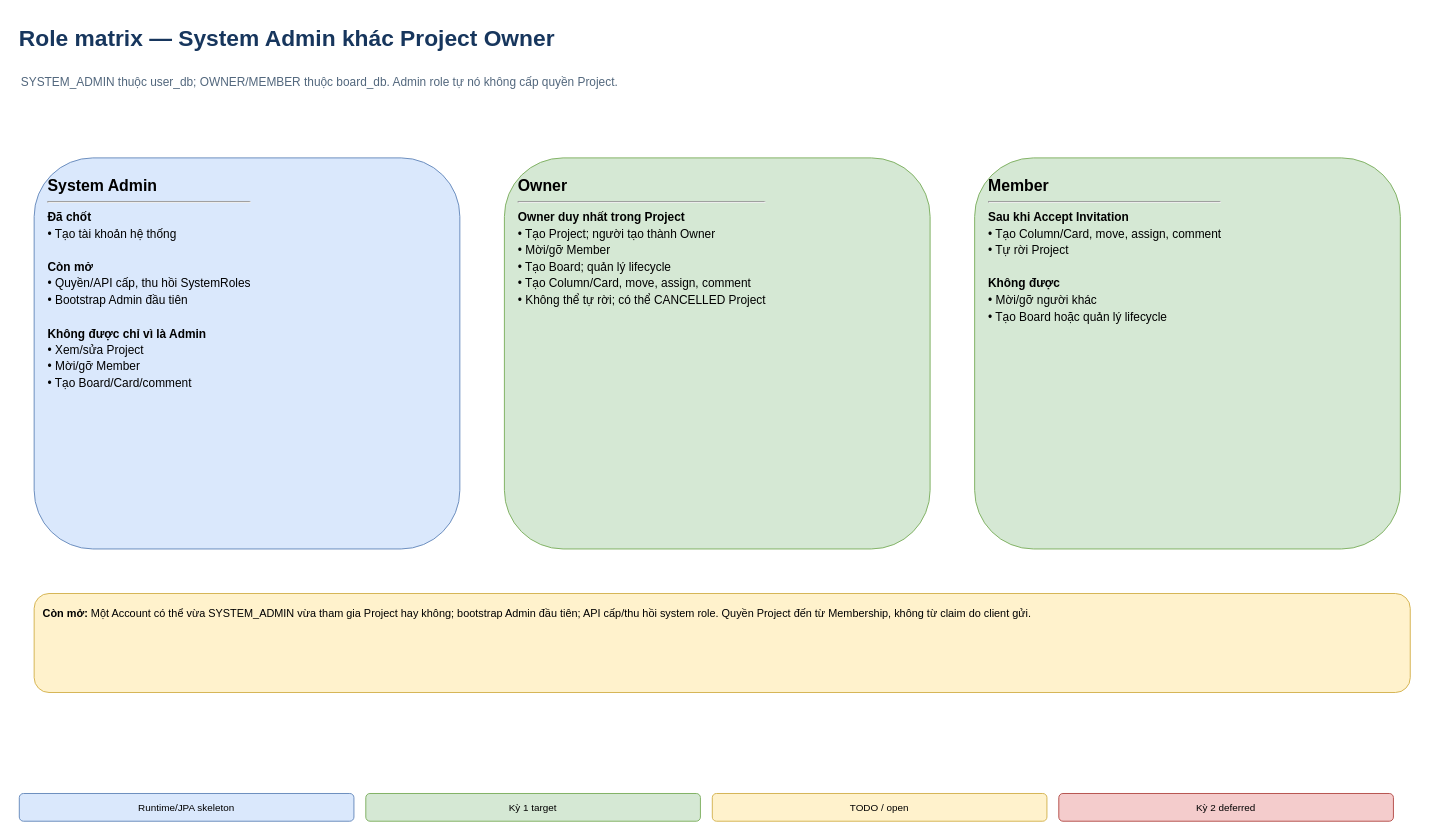
The draw.io diagram page "01 - Role matrix" (2 of 17) of docs/project/dev-platform-system-design.drawio in gekok/Dev-Platform, before the edit. Source tidied: cells renumbered, new cells numbered last; positions are measured from the earlier drawing's top-left corner, leaving out a move shared by most shapes. Both pictures are drawn from the tidied source at 99%, with x=0, y=0 at pixel (17, 17).
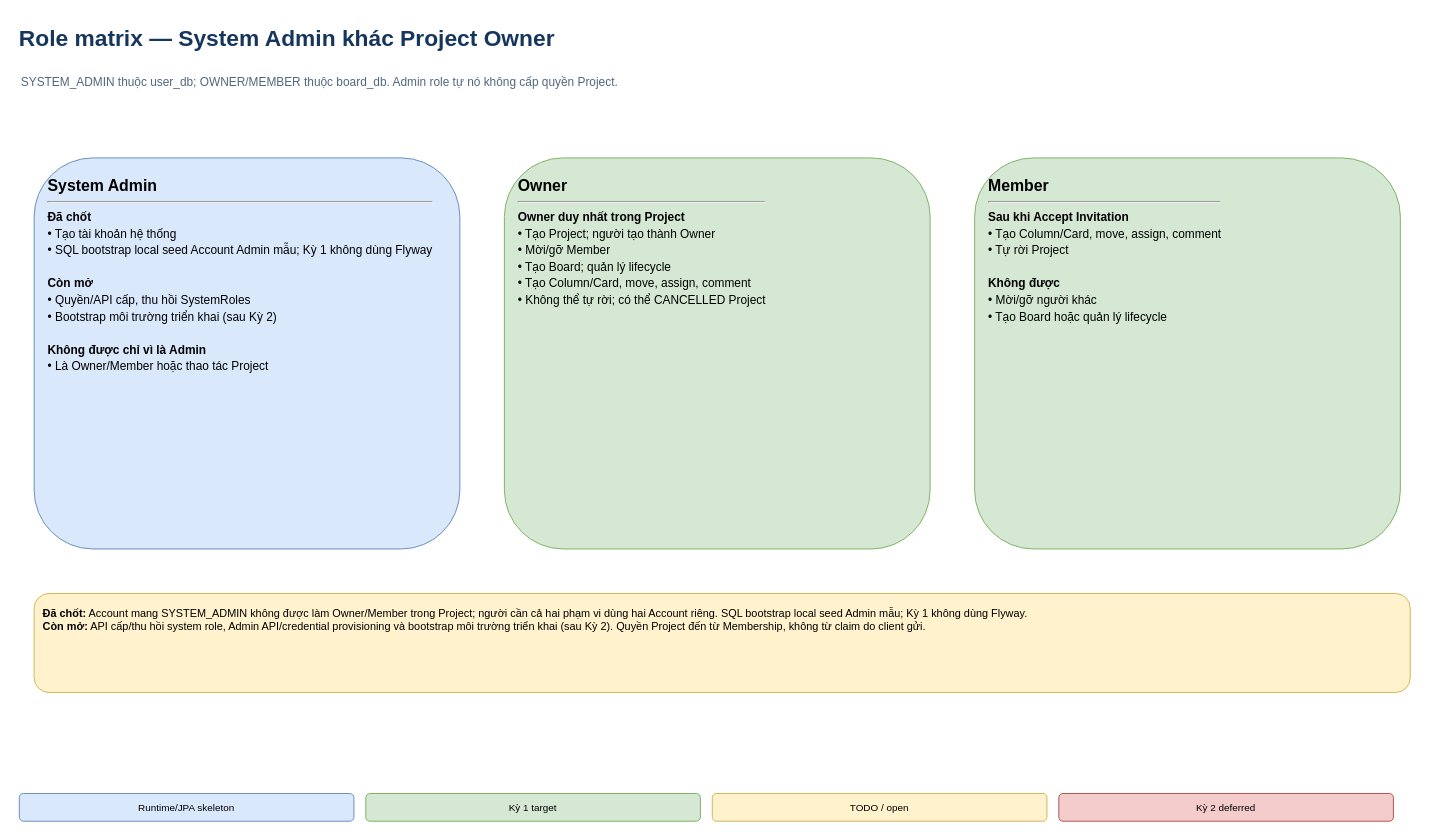
The same diagram, later.

Commit message (it also covers changes not shown here):
docs: align issue #7 account policy

Change to the diagram source:
```diff
@@
 <mxGraphModel>
   <root>
     <mxCell id="0" />
     <mxCell id="1" parent="0" />
     <mxCell id="2" value="&lt;b&gt;Role matrix — System Admin khác Project Owner&lt;/b&gt;" style="text;html=1;strokeColor=none;fillColor=none;align=left;verticalAlign=middle;fontSize=23;fontStyle=1;fontColor=#17365d;" parent="1" vertex="1">
       <mxGeometry width="1424" height="42" as="geometry" />
     </mxCell>
     <mxCell id="3" value="SYSTEM_ADMIN thuộc user_db; OWNER/MEMBER thuộc board_db. Admin role tự nó không cấp quyền Project." style="text;html=1;strokeColor=none;fillColor=none;align=left;verticalAlign=middle;fontSize=12;fontColor=#52677d;whiteSpace=wrap;" parent="1" vertex="1">
       <mxGeometry x="2" y="44" width="1420" height="44" as="geometry" />
     </mxCell>
-    <mxCell id="4" value="&lt;div style='font-size:16px;font-weight:bold;'&gt;System Admin&lt;/div&gt;&lt;hr/&gt;&lt;div style='font-size:12px;line-height:1.4;'&gt;&lt;b&gt;Đã chốt&lt;/b&gt;&lt;br/&gt;• Tạo tài khoản hệ thống&lt;br/&gt;&lt;br/&gt;&lt;b&gt;Còn mở&lt;/b&gt;&lt;br/&gt;• Quyền/API cấp, thu hồi SystemRoles&lt;br/&gt;• Bootstrap Admin đầu tiên&lt;br/&gt;&lt;br/&gt;&lt;b&gt;Không được chỉ vì là Admin&lt;/b&gt;&lt;br/&gt;• Xem/sửa Project&lt;br/&gt;• Mời/gỡ Member&lt;br/&gt;• Tạo Board/Card/comment&lt;/div&gt;" style="rounded=1;whiteSpace=wrap;html=1;align=left;verticalAlign=top;spacing=14;fontSize=12;strokeColor=#6c8ebf;fillColor=#dae8fc;" parent="1" vertex="1">
+    <mxCell id="4" value="&lt;div style='font-size:16px;font-weight:bold;'&gt;System Admin&lt;/div&gt;&lt;hr/&gt;&lt;div style='font-size:12px;line-height:1.4;'&gt;&lt;b&gt;Đã chốt&lt;/b&gt;&lt;br/&gt;• Tạo tài khoản hệ thống&lt;br/&gt;• SQL bootstrap local seed Account Admin mẫu; Kỳ 1 không dùng Flyway&lt;br/&gt;&lt;br/&gt;&lt;b&gt;Còn mở&lt;/b&gt;&lt;br/&gt;• Quyền/API cấp, thu hồi SystemRoles&lt;br/&gt;• Bootstrap môi trường triển khai (sau Kỳ 2)&lt;br/&gt;&lt;br/&gt;&lt;b&gt;Không được chỉ vì là Admin&lt;/b&gt;&lt;br/&gt;• Là Owner/Member hoặc thao tác Project&lt;/div&gt;" style="rounded=1;whiteSpace=wrap;html=1;align=left;verticalAlign=top;spacing=14;fontSize=12;strokeColor=#6c8ebf;fillColor=#dae8fc;" parent="1" vertex="1">
       <mxGeometry x="17" y="142" width="430" height="395" as="geometry" />
     </mxCell>
     <mxCell id="5" value="&lt;div style='font-size:16px;font-weight:bold;'&gt;Owner&lt;/div&gt;&lt;hr/&gt;&lt;div style='font-size:12px;line-height:1.4;'&gt;&lt;b&gt;Owner duy nhất trong Project&lt;/b&gt;&lt;br/&gt;• Tạo Project; người tạo thành Owner&lt;br/&gt;• Mời/gỡ Member&lt;br/&gt;• Tạo Board; quản lý lifecycle&lt;br/&gt;• Tạo Column/Card, move, assign, comment&lt;br/&gt;• Không thể tự rời; có thể CANCELLED Project&lt;/div&gt;" style="rounded=1;whiteSpace=wrap;html=1;align=left;verticalAlign=top;spacing=14;fontSize=12;strokeColor=#82b366;fillColor=#d5e8d4;" parent="1" vertex="1">
       <mxGeometry x="492" y="142" width="430" height="395" as="geometry" />
     </mxCell>
     <mxCell id="6" value="&lt;div style='font-size:16px;font-weight:bold;'&gt;Member&lt;/div&gt;&lt;hr/&gt;&lt;div style='font-size:12px;line-height:1.4;'&gt;&lt;b&gt;Sau khi Accept Invitation&lt;/b&gt;&lt;br/&gt;• Tạo Column/Card, move, assign, comment&lt;br/&gt;• Tự rời Project&lt;br/&gt;&lt;br/&gt;&lt;b&gt;Không được&lt;/b&gt;&lt;br/&gt;• Mời/gỡ người khác&lt;br/&gt;• Tạo Board hoặc quản lý lifecycle&lt;/div&gt;" style="rounded=1;whiteSpace=wrap;html=1;align=left;verticalAlign=top;spacing=14;fontSize=12;strokeColor=#82b366;fillColor=#d5e8d4;" parent="1" vertex="1">
       <mxGeometry x="967" y="142" width="430" height="395" as="geometry" />
     </mxCell>
-    <mxCell id="7" value="&lt;b&gt;Còn mở:&lt;/b&gt; Một Account có thể vừa SYSTEM_ADMIN vừa tham gia Project hay không; bootstrap Admin đầu tiên; API cấp/thu hồi system role. Quyền Project đến từ Membership, không từ claim do client gửi." style="rounded=1;whiteSpace=wrap;html=1;align=left;verticalAlign=top;spacing=9;fontSize=11;strokeColor=#d6b656;fillColor=#fff2cc;" parent="1" vertex="1">
+    <mxCell id="7" value="&lt;b&gt;Đã chốt:&lt;/b&gt; Account mang SYSTEM_ADMIN không được làm Owner/Member trong Project; người cần cả hai phạm vi dùng hai Account riêng. SQL bootstrap local seed Admin mẫu; Kỳ 1 không dùng Flyway.&lt;br/&gt;&lt;b&gt;Còn mở:&lt;/b&gt; API cấp/thu hồi system role, Admin API/credential provisioning và bootstrap môi trường triển khai (sau Kỳ 2). Quyền Project đến từ Membership, không từ claim do client gửi." style="rounded=1;whiteSpace=wrap;html=1;align=left;verticalAlign=top;spacing=9;fontSize=11;strokeColor=#d6b656;fillColor=#fff2cc;" parent="1" vertex="1">
       <mxGeometry x="17" y="582" width="1390" height="100" as="geometry" />
     </mxCell>
     <mxCell id="8" value="Runtime/JPA skeleton" style="rounded=1;whiteSpace=wrap;html=1;align=center;verticalAlign=middle;fontSize=10;strokeColor=#6c8ebf;fillColor=#dae8fc;" parent="1" vertex="1">
       <mxGeometry x="2" y="784" width="338" height="28" as="geometry" />
     </mxCell>
     <mxCell id="9" value="Kỳ 1 target" style="rounded=1;whiteSpace=wrap;html=1;align=center;verticalAlign=middle;fontSize=10;strokeColor=#82b366;fillColor=#d5e8d4;" parent="1" vertex="1">
       <mxGeometry x="352" y="784" width="338" height="28" as="geometry" />
     </mxCell>
     <mxCell id="10" value="TODO / open" style="rounded=1;whiteSpace=wrap;html=1;align=center;verticalAlign=middle;fontSize=10;strokeColor=#d6b656;fillColor=#fff2cc;" parent="1" vertex="1">
       <mxGeometry x="702" y="784" width="338" height="28" as="geometry" />
     </mxCell>
     <mxCell id="11" value="Kỳ 2 deferred" style="rounded=1;whiteSpace=wrap;html=1;align=center;verticalAlign=middle;fontSize=10;strokeColor=#b85450;fillColor=#f4cccc;" parent="1" vertex="1">
       <mxGeometry x="1052" y="784" width="338" height="28" as="geometry" />
     </mxCell>
   </root>
 </mxGraphModel>
```
